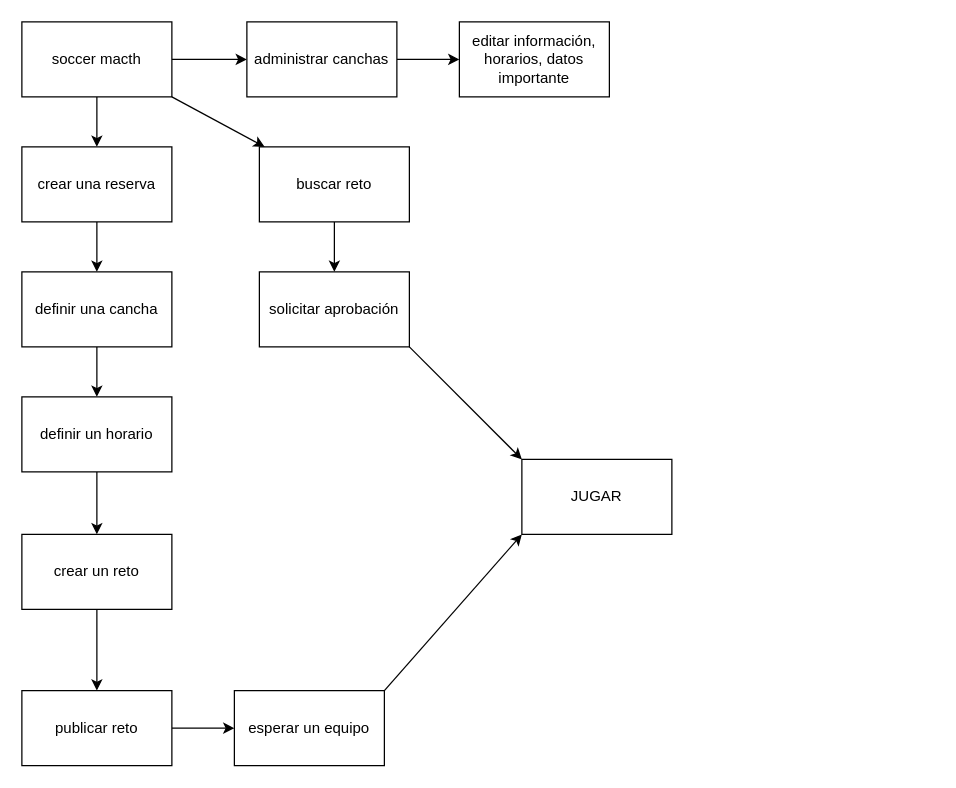
Before: examen1.drawio in yeco96/diagramsAPP, a draw.io diagram. Source tidied: cells renumbered, new cells numbered last; positions are measured from the earlier drawing's top-left corner, leaving out a move shared by most shapes. Both pictures are drawn from the tidied source at 125%, with x=0, y=0 at pixel (21, 21).
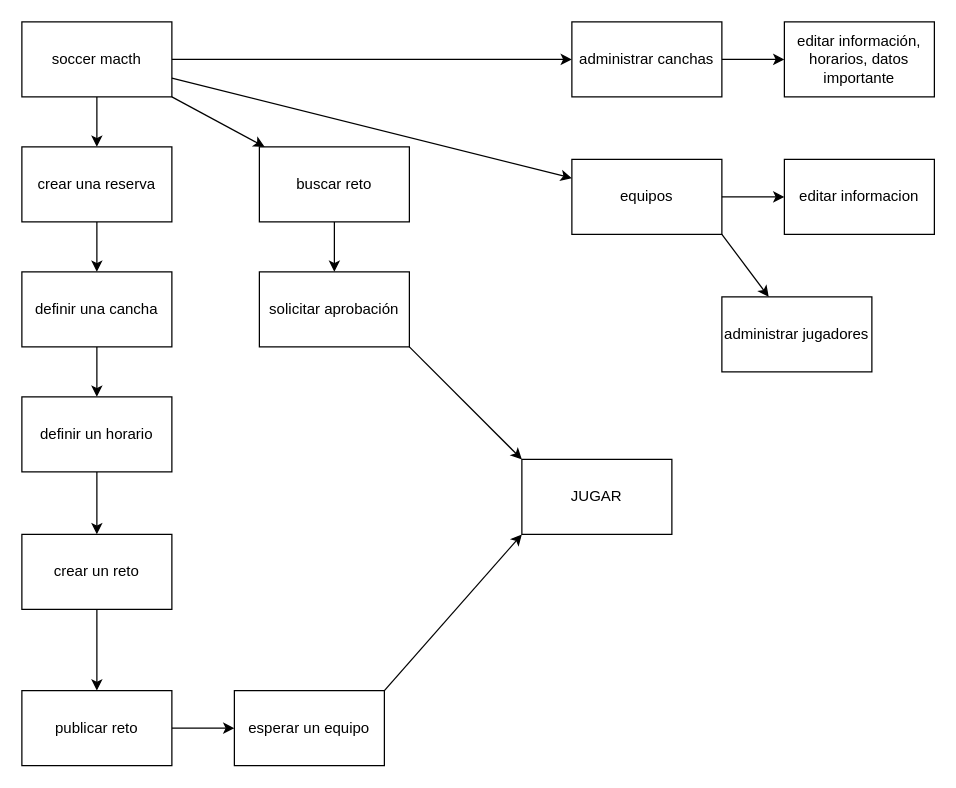
Above is the later version.

Unchanged cells that the change refers to:
```xml
<mxCell id="4" value="soccer macth" style="rounded=0;whiteSpace=wrap;html=1;" parent="1" vertex="1">
  <mxGeometry width="120" height="60" as="geometry" />
</mxCell>
```

Diff of the diagram source:
```diff
@@
     <mxCell id="8" value="administrar canchas" style="rounded=0;whiteSpace=wrap;html=1;" parent="1" vertex="1">
-      <mxGeometry x="180" width="120" height="60" as="geometry" />
+      <mxGeometry x="440" width="120" height="60" as="geometry" />
     </mxCell>
     <mxCell id="9" value="editar información, horarios, datos importante" style="rounded=0;whiteSpace=wrap;html=1;" parent="1" vertex="1">
-      <mxGeometry x="350" width="120" height="60" as="geometry" />
+      <mxGeometry x="610" width="120" height="60" as="geometry" />
     </mxCell>
@@
+    <mxCell id="26" value="equipos" style="rounded=0;whiteSpace=wrap;html=1;" parent="1" vertex="1">
+      <mxGeometry x="440" y="110" width="120" height="60" as="geometry" />
+    </mxCell>
+    <mxCell id="27" style="endArrow=classic;html=1;" parent="1" edge="1" source="4" target="26">
+      <mxGeometry relative="1" as="geometry" />
+    </mxCell>
+    <mxCell id="28" value="editar informacion" style="rounded=0;whiteSpace=wrap;html=1;" parent="1" vertex="1">
+      <mxGeometry x="610" y="110" width="120" height="60" as="geometry" />
+    </mxCell>
+    <mxCell id="29" value="administrar jugadores" style="rounded=0;whiteSpace=wrap;html=1;" parent="1" vertex="1">
+      <mxGeometry x="560" y="220" width="120" height="60" as="geometry" />
+    </mxCell>
+    <mxCell id="30" style="endArrow=classic;html=1;exitX=1;exitY=1;exitDx=0;exitDy=0;" parent="1" edge="1" source="26" target="29">
+      <mxGeometry relative="1" as="geometry" />
+    </mxCell>
+    <mxCell id="31" style="endArrow=classic;html=1;exitX=1;exitY=0.5;exitDx=0;exitDy=0;" parent="1" edge="1" source="26" target="28">
+      <mxGeometry relative="1" as="geometry" />
+    </mxCell>
```
